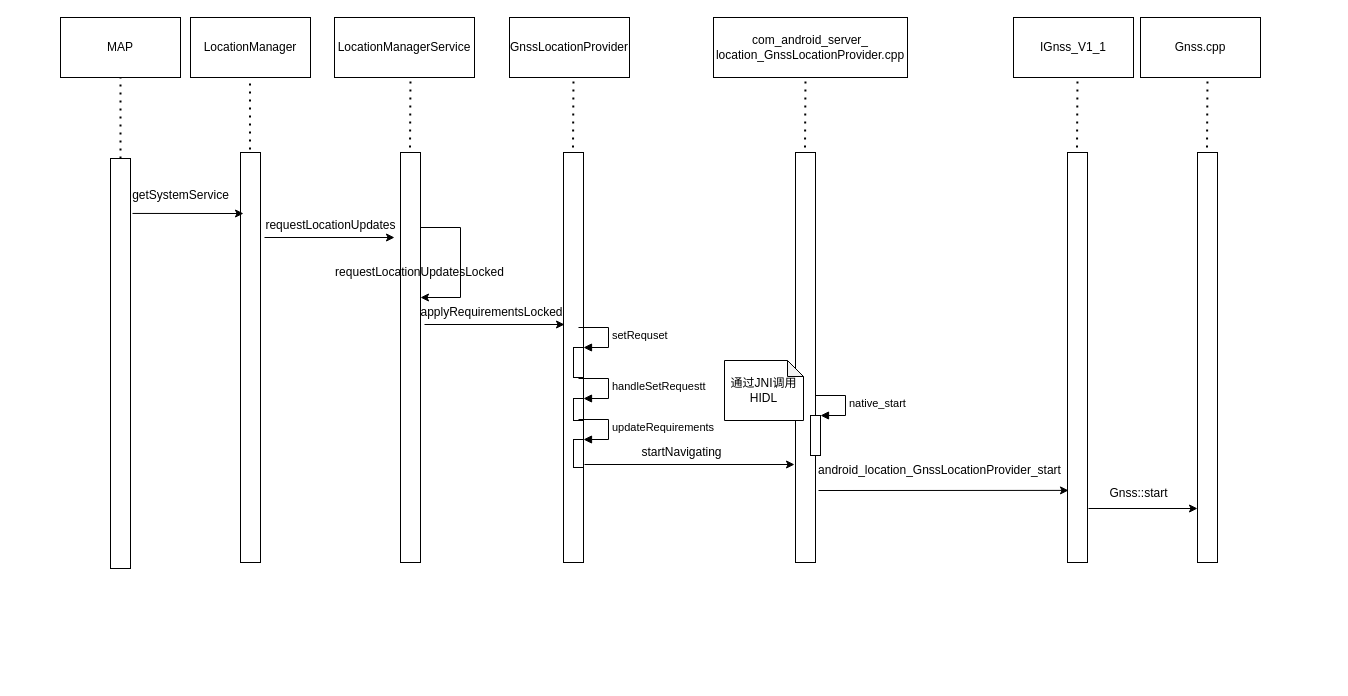
Earlier version of the draw.io diagram gps启动流程.drawio (helenzhang2010/doc). Source tidied: cells renumbered, new cells numbered last; positions are measured from the earlier drawing's top-left corner, leaving out a move shared by most shapes. Both pictures are drawn from the tidied source at 100%, with x=0, y=0 at pixel (60, 17).
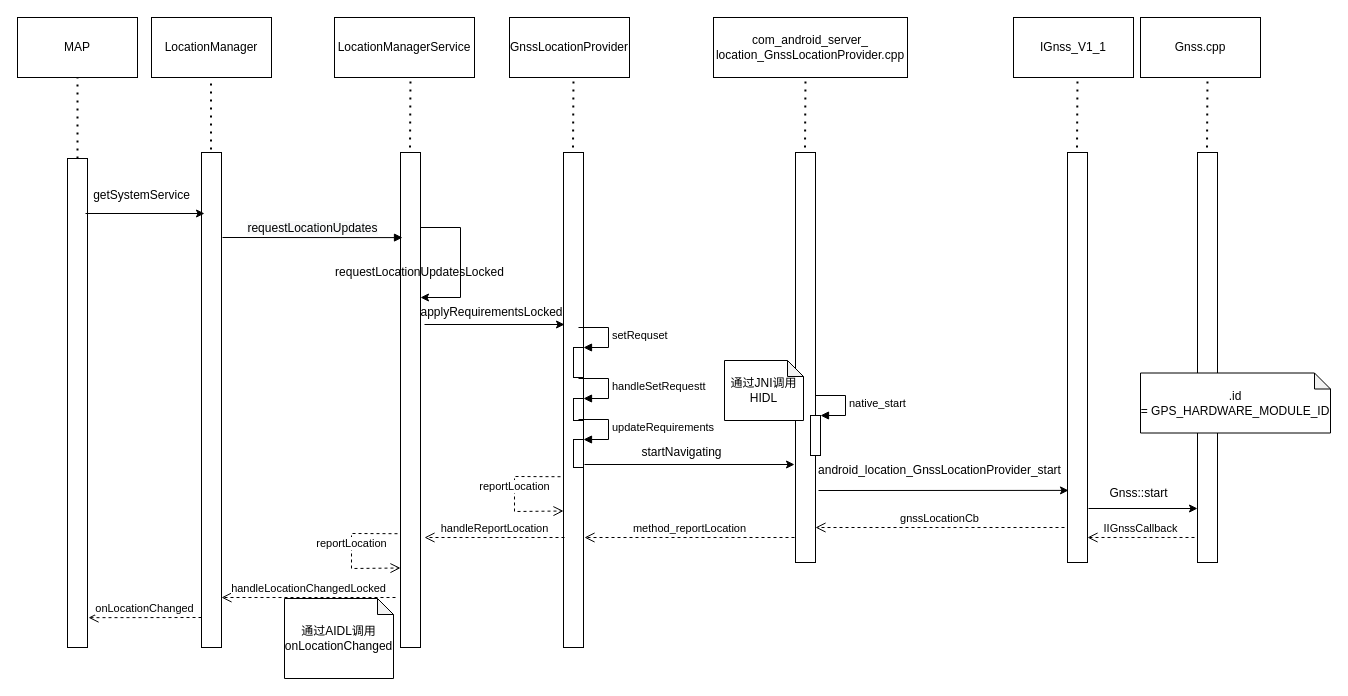
The same page after the edit.

Commit message:
更新gps启动流程.drawio

Unchanged cells that the change refers to:
```xml
<mxCell id="19" style="rounded=0;whiteSpace=wrap;html=1;horizontal=0;" parent="1" vertex="1">
  <mxGeometry x="1137" y="135" width="20" height="410" as="geometry" />
</mxCell>
```

What changed in the source:
```diff
@@
     <mxCell id="2" value="MAP" style="rounded=0;whiteSpace=wrap;html=1;" parent="1" vertex="1">
-      <mxGeometry width="120" height="60" as="geometry" />
+      <mxGeometry x="-43" width="120" height="60" as="geometry" />
     </mxCell>
     <mxCell id="3" value="LocationManager" style="rounded=0;whiteSpace=wrap;html=1;" parent="1" vertex="1">
-      <mxGeometry x="130" width="120" height="60" as="geometry" />
+      <mxGeometry x="91" width="120" height="60" as="geometry" />
     </mxCell>
@@
     <mxCell id="9" style="rounded=0;whiteSpace=wrap;html=1;horizontal=0;" parent="1" vertex="1">
-      <mxGeometry x="50" y="141" width="20" height="410" as="geometry" />
+      <mxGeometry x="7" y="141" width="20" height="489" as="geometry" />
     </mxCell>
@@
     <mxCell id="11" style="endArrow=none;dashed=1;html=1;dashPattern=1 3;strokeWidth=2;rounded=0;entryX=0.5;entryY=1;entryDx=0;entryDy=0;exitX=0.5;exitY=0;exitDx=0;exitDy=0;exitPerimeter=0;" parent="1" edge="1">
       <mxGeometry relative="1" as="geometry">
-        <mxPoint x="189.5" y="140" as="sourcePoint" />
-        <mxPoint x="189.5" y="60" as="targetPoint" />
+        <mxPoint x="150.5" y="140" as="sourcePoint" />
+        <mxPoint x="150.5" y="60" as="targetPoint" />
       </mxGeometry>
     </mxCell>
     <mxCell id="12" style="rounded=0;whiteSpace=wrap;html=1;horizontal=0;" parent="1" vertex="1">
-      <mxGeometry x="180" y="135" width="20" height="410" as="geometry" />
+      <mxGeometry x="141" y="135" width="20" height="495" as="geometry" />
     </mxCell>
     <mxCell id="13" value="getSystemService" style="text;html=1;align=center;verticalAlign=middle;points=[];fillColor=none;strokeColor=none;rounded=0;" parent="1" vertex="1">
-      <mxGeometry x="60" y="163" width="120" height="30" as="geometry" />
+      <mxGeometry x="21" y="163" width="120" height="30" as="geometry" />
     </mxCell>
-    <mxCell id="14" style="endArrow=classic;html=1;rounded=0;exitX=1.1;exitY=0.134;exitDx=0;exitDy=0;exitPerimeter=0;entryX=1.025;entryY=1.1;entryDx=0;entryDy=0;entryPerimeter=0;" parent="1" edge="1" source="9" target="13">
-      <mxGeometry relative="1" as="geometry" />
+    <mxCell id="14" style="endArrow=classic;html=1;rounded=0;entryX=1.025;entryY=1.1;entryDx=0;entryDy=0;entryPerimeter=0;" parent="1" edge="1" target="13">
+      <mxGeometry relative="1" as="geometry">
+        <mxPoint x="25" y="196" as="sourcePoint" />
+      </mxGeometry>
     </mxCell>
     <mxCell id="15" style="rounded=0;whiteSpace=wrap;html=1;horizontal=0;" parent="1" vertex="1">
-      <mxGeometry x="340" y="135" width="20" height="410" as="geometry" />
+      <mxGeometry x="340" y="135" width="20" height="495" as="geometry" />
     </mxCell>
     <mxCell id="16" style="rounded=0;whiteSpace=wrap;html=1;horizontal=0;" parent="1" vertex="1">
-      <mxGeometry x="503" y="135" width="20" height="410" as="geometry" />
+      <mxGeometry x="503" y="135" width="20" height="495" as="geometry" />
     </mxCell>
@@
-    <mxCell id="20" value="requestLocationUpdates" style="text;html=1;align=center;verticalAlign=middle;fillColor=none;strokeColor=none;rounded=0;" parent="1" vertex="1">
-      <mxGeometry x="195" y="193" width="150" height="30" as="geometry" />
-    </mxCell>
-    <mxCell id="21" style="endArrow=classic;html=1;rounded=0;" parent="1" edge="1">
-      <mxGeometry relative="1" as="geometry">
-        <mxPoint x="204" y="220" as="sourcePoint" />
-        <mxPoint x="334" y="220" as="targetPoint" />
-      </mxGeometry>
-    </mxCell>
@@
+    <mxCell id="46" value="IIGnssCallback" style="html=1;verticalAlign=bottom;endArrow=open;dashed=1;endSize=8;rounded=0;exitX=-0.15;exitY=0.939;exitDx=0;exitDy=0;exitPerimeter=0;" parent="1" edge="1" source="19">
+      <mxGeometry relative="1" as="geometry">
+        <mxPoint x="1027" y="520" as="targetPoint" />
+      </mxGeometry>
+    </mxCell>
+    <mxCell id="47" value="gnssLocationCb" style="html=1;verticalAlign=bottom;endArrow=open;dashed=1;endSize=8;rounded=0;" parent="1" edge="1">
+      <mxGeometry relative="1" as="geometry">
+        <mxPoint x="1004" y="510" as="sourcePoint" />
+        <mxPoint x="755" y="510" as="targetPoint" />
+      </mxGeometry>
+    </mxCell>
+    <mxCell id="48" value="method_reportLocation" style="html=1;verticalAlign=bottom;endArrow=open;dashed=1;endSize=8;rounded=0;" parent="1" edge="1">
+      <mxGeometry relative="1" as="geometry">
+        <mxPoint x="734" y="520" as="sourcePoint" />
+        <mxPoint x="524" y="520" as="targetPoint" />
+      </mxGeometry>
+    </mxCell>
+    <mxCell id="49" value="reportLocation" style="html=1;verticalAlign=bottom;endArrow=open;dashed=1;endSize=8;rounded=0;exitX=-0.15;exitY=0.655;exitDx=0;exitDy=0;exitPerimeter=0;" parent="1" edge="1" source="16">
+      <mxGeometry relative="1" as="geometry">
+        <mxPoint x="503" y="493.5" as="targetPoint" />
+        <Array as="points">
+          <mxPoint x="454" y="459" />
+          <mxPoint x="454" y="494" />
+        </Array>
+      </mxGeometry>
+    </mxCell>
+    <mxCell id="50" value="handleReportLocation" style="html=1;verticalAlign=bottom;endArrow=open;dashed=1;endSize=8;rounded=0;" parent="1" edge="1">
+      <mxGeometry relative="1" as="geometry">
+        <mxPoint x="504" y="520" as="sourcePoint" />
+        <mxPoint x="364" y="520" as="targetPoint" />
+      </mxGeometry>
+    </mxCell>
+    <mxCell id="51" value="reportLocation" style="html=1;verticalAlign=bottom;endArrow=open;dashed=1;endSize=8;rounded=0;exitX=-0.15;exitY=0.655;exitDx=0;exitDy=0;exitPerimeter=0;" parent="1" edge="1">
+      <mxGeometry relative="1" as="geometry">
+        <mxPoint x="337" y="516.2" as="sourcePoint" />
+        <mxPoint x="340" y="550.5" as="targetPoint" />
+        <Array as="points">
+          <mxPoint x="291" y="516" />
+          <mxPoint x="291" y="551" />
+        </Array>
+      </mxGeometry>
+    </mxCell>
+    <mxCell id="52" value="handleLocationChangedLocked" style="html=1;verticalAlign=bottom;endArrow=open;dashed=1;endSize=8;rounded=0;" parent="1" edge="1">
+      <mxGeometry relative="1" as="geometry">
+        <mxPoint x="335" y="580" as="sourcePoint" />
+        <mxPoint x="161" y="580" as="targetPoint" />
+      </mxGeometry>
+    </mxCell>
+    <mxCell id="53" value="onLocationChanged" style="html=1;verticalAlign=bottom;endArrow=open;dashed=1;endSize=8;rounded=0;entryX=1.05;entryY=0.939;entryDx=0;entryDy=0;entryPerimeter=0;" parent="1" edge="1" target="9">
+      <mxGeometry relative="1" as="geometry">
+        <mxPoint x="141" y="600" as="sourcePoint" />
+      </mxGeometry>
+    </mxCell>
+    <mxCell id="20" value="&lt;span style=&quot;font-size: 12px; background-color: rgb(248, 249, 250);&quot;&gt;requestLocationUpdates&lt;/span&gt;" style="html=1;verticalAlign=bottom;endArrow=block;rounded=0;entryX=0.25;entryY=0.172;entryDx=0;entryDy=0;entryPerimeter=0;" parent="1" edge="1">
+      <mxGeometry relative="1" as="geometry">
+        <mxPoint x="162" y="220" as="sourcePoint" />
+        <mxPoint x="342" y="220.1" as="targetPoint" />
+      </mxGeometry>
+    </mxCell>
+    <mxCell id="54" value="通过AIDL调用onLocationChanged" style="shape=note;whiteSpace=wrap;html=1;backgroundOutline=1;darkOpacity=0.05;size=16;" parent="1" vertex="1">
+      <mxGeometry x="224" y="581" width="109" height="80" as="geometry" />
+    </mxCell>
+    <mxCell id="55" value=".id =&amp;nbsp;GPS_HARDWARE_MODULE_ID" style="shape=note;whiteSpace=wrap;html=1;backgroundOutline=1;darkOpacity=0.05;size=16;" parent="1" vertex="1">
+      <mxGeometry x="1080" y="355.5" width="190" height="60" as="geometry" />
+    </mxCell>
```
